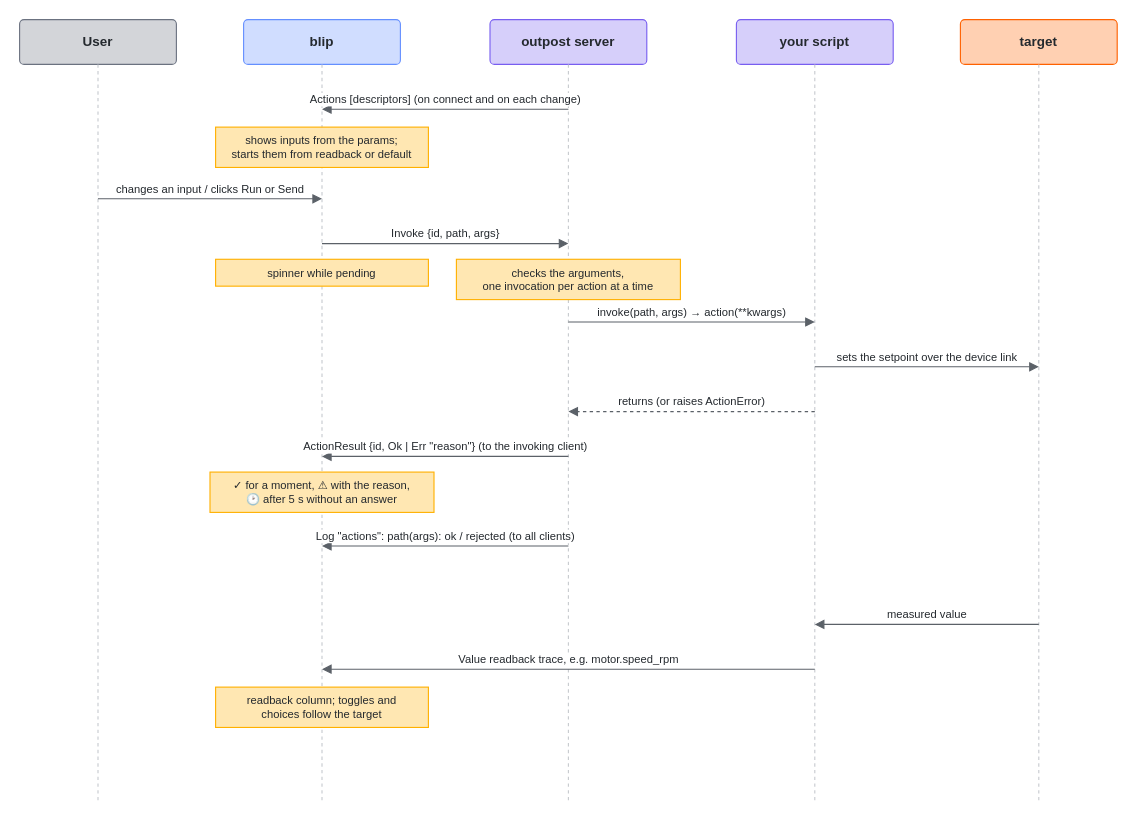
stefanluethi/blip keeps this draw.io diagram as doc/source/diagrams/action-sequence.drawio. Above is the earlier version. Source tidied: cells renumbered, new cells numbered last; positions are measured from the earlier drawing's top-left corner, leaving out a move shared by most shapes. Both pictures are drawn from the tidied source at 112%, with x=0, y=0 at pixel (19, 19).
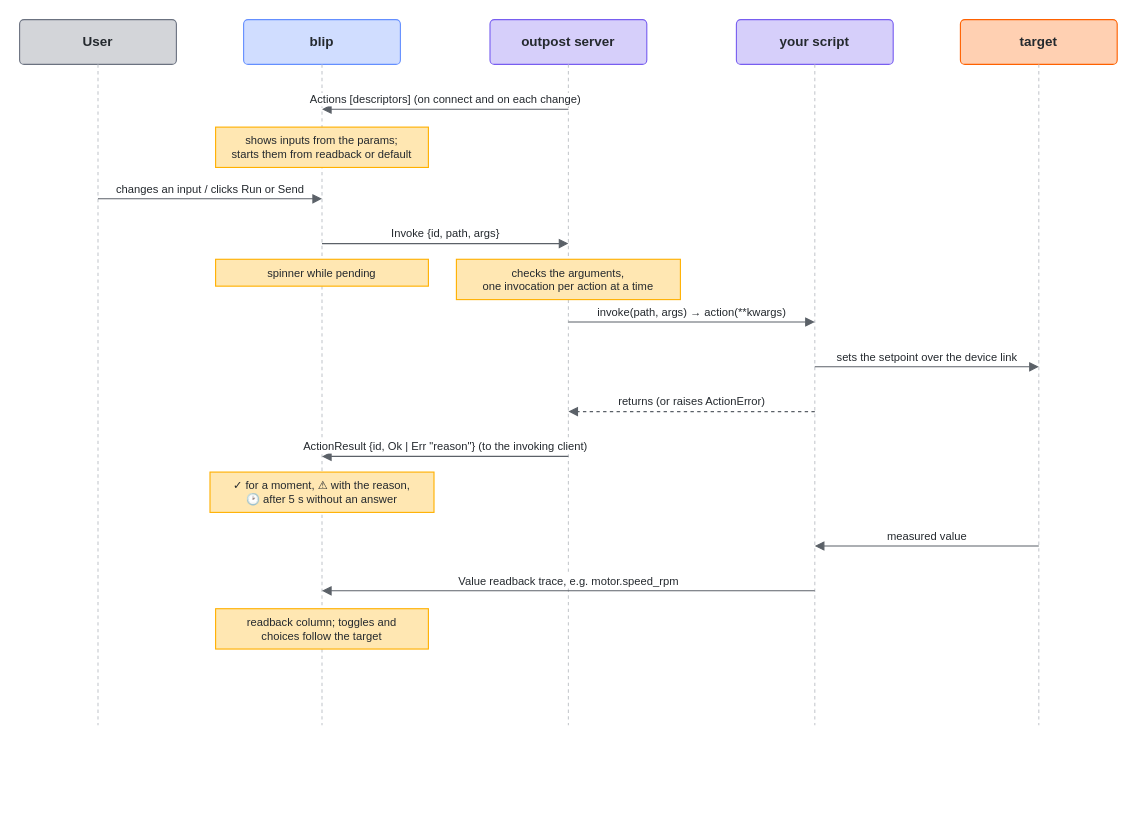
After the change.

Commit message (it also covers changes not shown here):
Stop logging action invocations back to blip

Change to the diagram source:
```diff
@@
     <mxCell id="3" style="strokeColor=#5b6168;fontColor=#24292e;labelBackgroundColor=#ffffff;fontFamily=Fira Sans,Helvetica,Arial,sans-serif;html=1;endArrow=block;endFill=1;fontSize=10;rounded=0;endArrow=none;dashed=1;strokeColor=#c7cacf;" parent="1" edge="1">
       <mxGeometry relative="1" as="geometry">
         <mxPoint x="70" y="40" as="sourcePoint" />
-        <mxPoint x="70" y="700" as="targetPoint" />
+        <mxPoint x="70" y="630" as="targetPoint" />
       </mxGeometry>
     </mxCell>
@@
     <mxCell id="5" style="strokeColor=#5b6168;fontColor=#24292e;labelBackgroundColor=#ffffff;fontFamily=Fira Sans,Helvetica,Arial,sans-serif;html=1;endArrow=block;endFill=1;fontSize=10;rounded=0;endArrow=none;dashed=1;strokeColor=#c7cacf;" parent="1" edge="1">
       <mxGeometry relative="1" as="geometry">
         <mxPoint x="270" y="40" as="sourcePoint" />
-        <mxPoint x="270" y="700" as="targetPoint" />
+        <mxPoint x="270" y="630" as="targetPoint" />
       </mxGeometry>
     </mxCell>
@@
     <mxCell id="7" style="strokeColor=#5b6168;fontColor=#24292e;labelBackgroundColor=#ffffff;fontFamily=Fira Sans,Helvetica,Arial,sans-serif;html=1;endArrow=block;endFill=1;fontSize=10;rounded=0;endArrow=none;dashed=1;strokeColor=#c7cacf;" parent="1" edge="1">
       <mxGeometry relative="1" as="geometry">
         <mxPoint x="490" y="40" as="sourcePoint" />
-        <mxPoint x="490" y="700" as="targetPoint" />
+        <mxPoint x="490" y="630" as="targetPoint" />
       </mxGeometry>
     </mxCell>
@@
     <mxCell id="9" style="strokeColor=#5b6168;fontColor=#24292e;labelBackgroundColor=#ffffff;fontFamily=Fira Sans,Helvetica,Arial,sans-serif;html=1;endArrow=block;endFill=1;fontSize=10;rounded=0;endArrow=none;dashed=1;strokeColor=#c7cacf;" parent="1" edge="1">
       <mxGeometry relative="1" as="geometry">
         <mxPoint x="710" y="40" as="sourcePoint" />
-        <mxPoint x="710" y="700" as="targetPoint" />
+        <mxPoint x="710" y="630" as="targetPoint" />
       </mxGeometry>
     </mxCell>
@@
     <mxCell id="11" style="strokeColor=#5b6168;fontColor=#24292e;labelBackgroundColor=#ffffff;fontFamily=Fira Sans,Helvetica,Arial,sans-serif;html=1;endArrow=block;endFill=1;fontSize=10;rounded=0;endArrow=none;dashed=1;strokeColor=#c7cacf;" parent="1" edge="1">
       <mxGeometry relative="1" as="geometry">
         <mxPoint x="910" y="40" as="sourcePoint" />
-        <mxPoint x="910" y="700" as="targetPoint" />
+        <mxPoint x="910" y="630" as="targetPoint" />
       </mxGeometry>
     </mxCell>
@@
-    <mxCell id="23" value="Log &quot;actions&quot;: path(args): ok / rejected (to all clients)" style="strokeColor=#5b6168;fontColor=#24292e;labelBackgroundColor=#ffffff;fontFamily=Fira Sans,Helvetica,Arial,sans-serif;html=1;endArrow=block;endFill=1;fontSize=10;rounded=0;verticalAlign=bottom;" parent="1" edge="1">
-      <mxGeometry relative="1" as="geometry">
-        <mxPoint x="490" y="470" as="sourcePoint" />
-        <mxPoint x="270" y="470" as="targetPoint" />
-      </mxGeometry>
-    </mxCell>
     <mxCell id="24" value="measured value" style="strokeColor=#5b6168;fontColor=#24292e;labelBackgroundColor=#ffffff;fontFamily=Fira Sans,Helvetica,Arial,sans-serif;html=1;endArrow=block;endFill=1;fontSize=10;rounded=0;verticalAlign=bottom;" parent="1" edge="1">
       <mxGeometry relative="1" as="geometry">
-        <mxPoint x="910" y="540" as="sourcePoint" />
-        <mxPoint x="710" y="540" as="targetPoint" />
+        <mxPoint x="910" y="470" as="sourcePoint" />
+        <mxPoint x="710" y="470" as="targetPoint" />
       </mxGeometry>
     </mxCell>
     <mxCell id="25" value="Value  readback trace, e.g. motor.speed_rpm" style="strokeColor=#5b6168;fontColor=#24292e;labelBackgroundColor=#ffffff;fontFamily=Fira Sans,Helvetica,Arial,sans-serif;html=1;endArrow=block;endFill=1;fontSize=10;rounded=0;verticalAlign=bottom;" parent="1" edge="1">
       <mxGeometry relative="1" as="geometry">
-        <mxPoint x="710" y="580" as="sourcePoint" />
-        <mxPoint x="270" y="580" as="targetPoint" />
+        <mxPoint x="710" y="510" as="sourcePoint" />
+        <mxPoint x="270" y="510" as="targetPoint" />
       </mxGeometry>
     </mxCell>
     <mxCell id="26" value="readback column; toggles and&lt;br&gt;choices follow the target" style="fontColor=#24292e;fontFamily=Fira Sans,Helvetica,Arial,sans-serif;html=1;whiteSpace=wrap;rounded=0;fillColor=#ffe7b2;strokeColor=#ffb000;fontSize=10;" parent="1" vertex="1">
-      <mxGeometry x="175" y="596" width="190" height="36" as="geometry" />
+      <mxGeometry x="175" y="526" width="190" height="36" as="geometry" />
     </mxCell>
```
